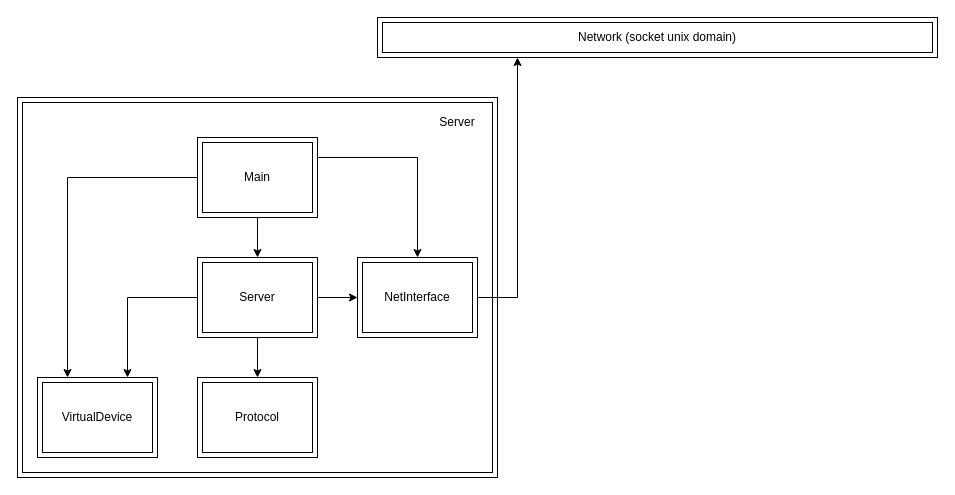
The draw.io diagram doc/components diagram.drawio in aDron1990/client-server-multimeter, before the edit. Source tidied: cells renumbered, new cells numbered last; positions are measured from the earlier drawing's top-left corner, leaving out a move shared by most shapes. Both pictures are drawn from the tidied source at 100%, with x=0, y=0 at pixel (17, 17).
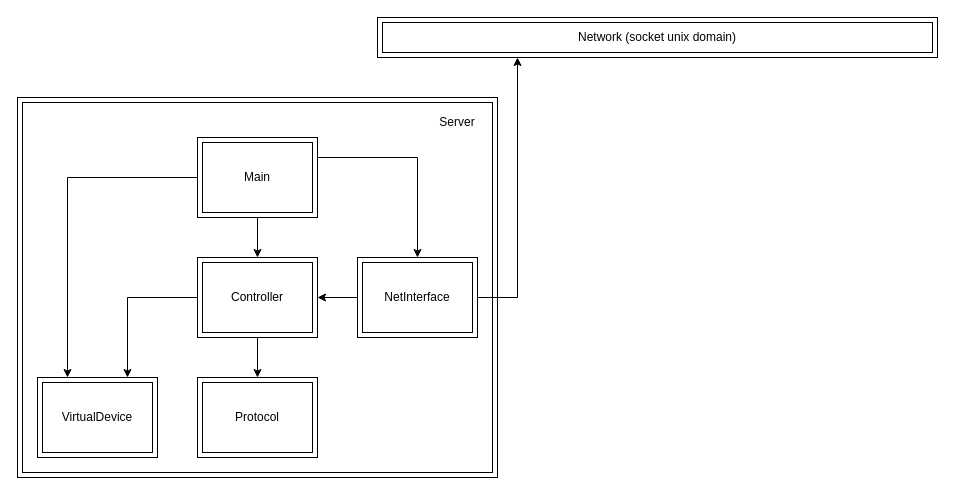
After the change.

Diff of the diagram source:
```diff
@@
 <mxGraphModel>
   <root>
     <mxCell id="0" />
     <mxCell id="1" parent="0" />
     <mxCell id="2" value="Network (socket unix domain)" style="shape=ext;margin=3;double=1;whiteSpace=wrap;html=1;align=center;rotation=0;" parent="1" vertex="1">
       <mxGeometry x="360" width="560" height="40" as="geometry" />
     </mxCell>
     <mxCell id="3" style="group;" parent="1" vertex="1">
       <mxGeometry y="80" width="480" height="380" as="geometry" />
     </mxCell>
     <mxCell id="4" value="\" style="shape=ext;margin=3;double=1;whiteSpace=wrap;html=1;align=center;" parent="3" vertex="1">
       <mxGeometry width="480" height="380" as="geometry" />
     </mxCell>
     <mxCell id="5" value="VirtualDevice" style="shape=ext;margin=3;double=1;whiteSpace=wrap;html=1;align=center;" parent="3" vertex="1">
       <mxGeometry x="20" y="280" width="120" height="80" as="geometry" />
     </mxCell>
     <mxCell id="6" value="Protocol" style="shape=ext;margin=3;double=1;whiteSpace=wrap;html=1;align=center;" parent="3" vertex="1">
       <mxGeometry x="180" y="280" width="120" height="80" as="geometry" />
     </mxCell>
     <mxCell id="7" style="edgeStyle=orthogonalEdgeStyle;rounded=0;jettySize=auto;html=1;exitX=0.5;exitY=1;exitDx=0;exitDy=0;entryX=0.5;entryY=0;entryDx=0;entryDy=0;" parent="3" edge="1" source="9" target="6">
       <mxGeometry relative="1" as="geometry" />
     </mxCell>
     <mxCell id="8" style="edgeStyle=orthogonalEdgeStyle;rounded=0;jettySize=auto;html=1;exitX=0;exitY=0.5;exitDx=0;exitDy=0;entryX=0.75;entryY=0;entryDx=0;entryDy=0;" parent="3" edge="1" source="9" target="5">
       <mxGeometry relative="1" as="geometry" />
     </mxCell>
-    <mxCell id="9" value="Server" style="shape=ext;margin=3;double=1;whiteSpace=wrap;html=1;align=center;" parent="3" vertex="1">
+    <mxCell id="9" value="Controller" style="shape=ext;margin=3;double=1;whiteSpace=wrap;html=1;align=center;" parent="3" vertex="1">
       <mxGeometry x="180" y="160" width="120" height="80" as="geometry" />
     </mxCell>
     <mxCell id="10" style="edgeStyle=orthogonalEdgeStyle;rounded=0;jettySize=auto;html=1;exitX=0;exitY=0.5;exitDx=0;exitDy=0;entryX=0.25;entryY=0;entryDx=0;entryDy=0;" parent="3" edge="1" source="12" target="5">
       <mxGeometry relative="1" as="geometry" />
     </mxCell>
     <mxCell id="11" style="edgeStyle=orthogonalEdgeStyle;rounded=0;jettySize=auto;html=1;exitX=0.5;exitY=1;exitDx=0;exitDy=0;entryX=0.5;entryY=0;entryDx=0;entryDy=0;" parent="3" edge="1" source="12" target="9">
       <mxGeometry relative="1" as="geometry" />
     </mxCell>
     <mxCell id="12" value="Main" style="shape=ext;margin=3;double=1;whiteSpace=wrap;html=1;align=center;" parent="3" vertex="1">
       <mxGeometry x="180" y="40" width="120" height="80" as="geometry" />
     </mxCell>
+    <mxCell id="18" style="edgeStyle=orthogonalEdgeStyle;rounded=0;jettySize=auto;html=1;exitX=0;exitY=0.5;exitDx=0;exitDy=0;entryX=1;entryY=0.5;entryDx=0;entryDy=0;" parent="3" edge="1" source="13" target="9">
+      <mxGeometry relative="1" as="geometry" />
+    </mxCell>
     <mxCell id="13" value="NetInterface" style="shape=ext;margin=3;double=1;whiteSpace=wrap;html=1;align=center;" parent="3" vertex="1">
       <mxGeometry x="340" y="160" width="120" height="80" as="geometry" />
     </mxCell>
-    <mxCell id="14" style="edgeStyle=orthogonalEdgeStyle;rounded=0;jettySize=auto;html=1;exitX=1;exitY=0.5;exitDx=0;exitDy=0;entryX=0;entryY=0.5;entryDx=0;entryDy=0;" parent="3" edge="1" source="9" target="13">
-      <mxGeometry relative="1" as="geometry" />
-    </mxCell>
     <mxCell id="15" style="edgeStyle=orthogonalEdgeStyle;rounded=0;jettySize=auto;html=1;exitX=1;exitY=0.25;exitDx=0;exitDy=0;entryX=0.5;entryY=0;entryDx=0;entryDy=0;" parent="3" edge="1" source="12" target="13">
       <mxGeometry relative="1" as="geometry" />
     </mxCell>
     <mxCell id="16" value="Server" style="text;html=1;strokeColor=none;fillColor=none;align=center;verticalAlign=middle;whiteSpace=wrap;rounded=0;" parent="3" vertex="1">
       <mxGeometry x="410" y="10" width="60" height="30" as="geometry" />
     </mxCell>
     <mxCell id="17" style="edgeStyle=orthogonalEdgeStyle;rounded=0;jettySize=auto;html=1;exitX=1;exitY=0.5;exitDx=0;exitDy=0;entryX=0.25;entryY=1;entryDx=0;entryDy=0;" parent="1" edge="1" source="13" target="2">
       <mxGeometry relative="1" as="geometry" />
     </mxCell>
   </root>
 </mxGraphModel>
```
